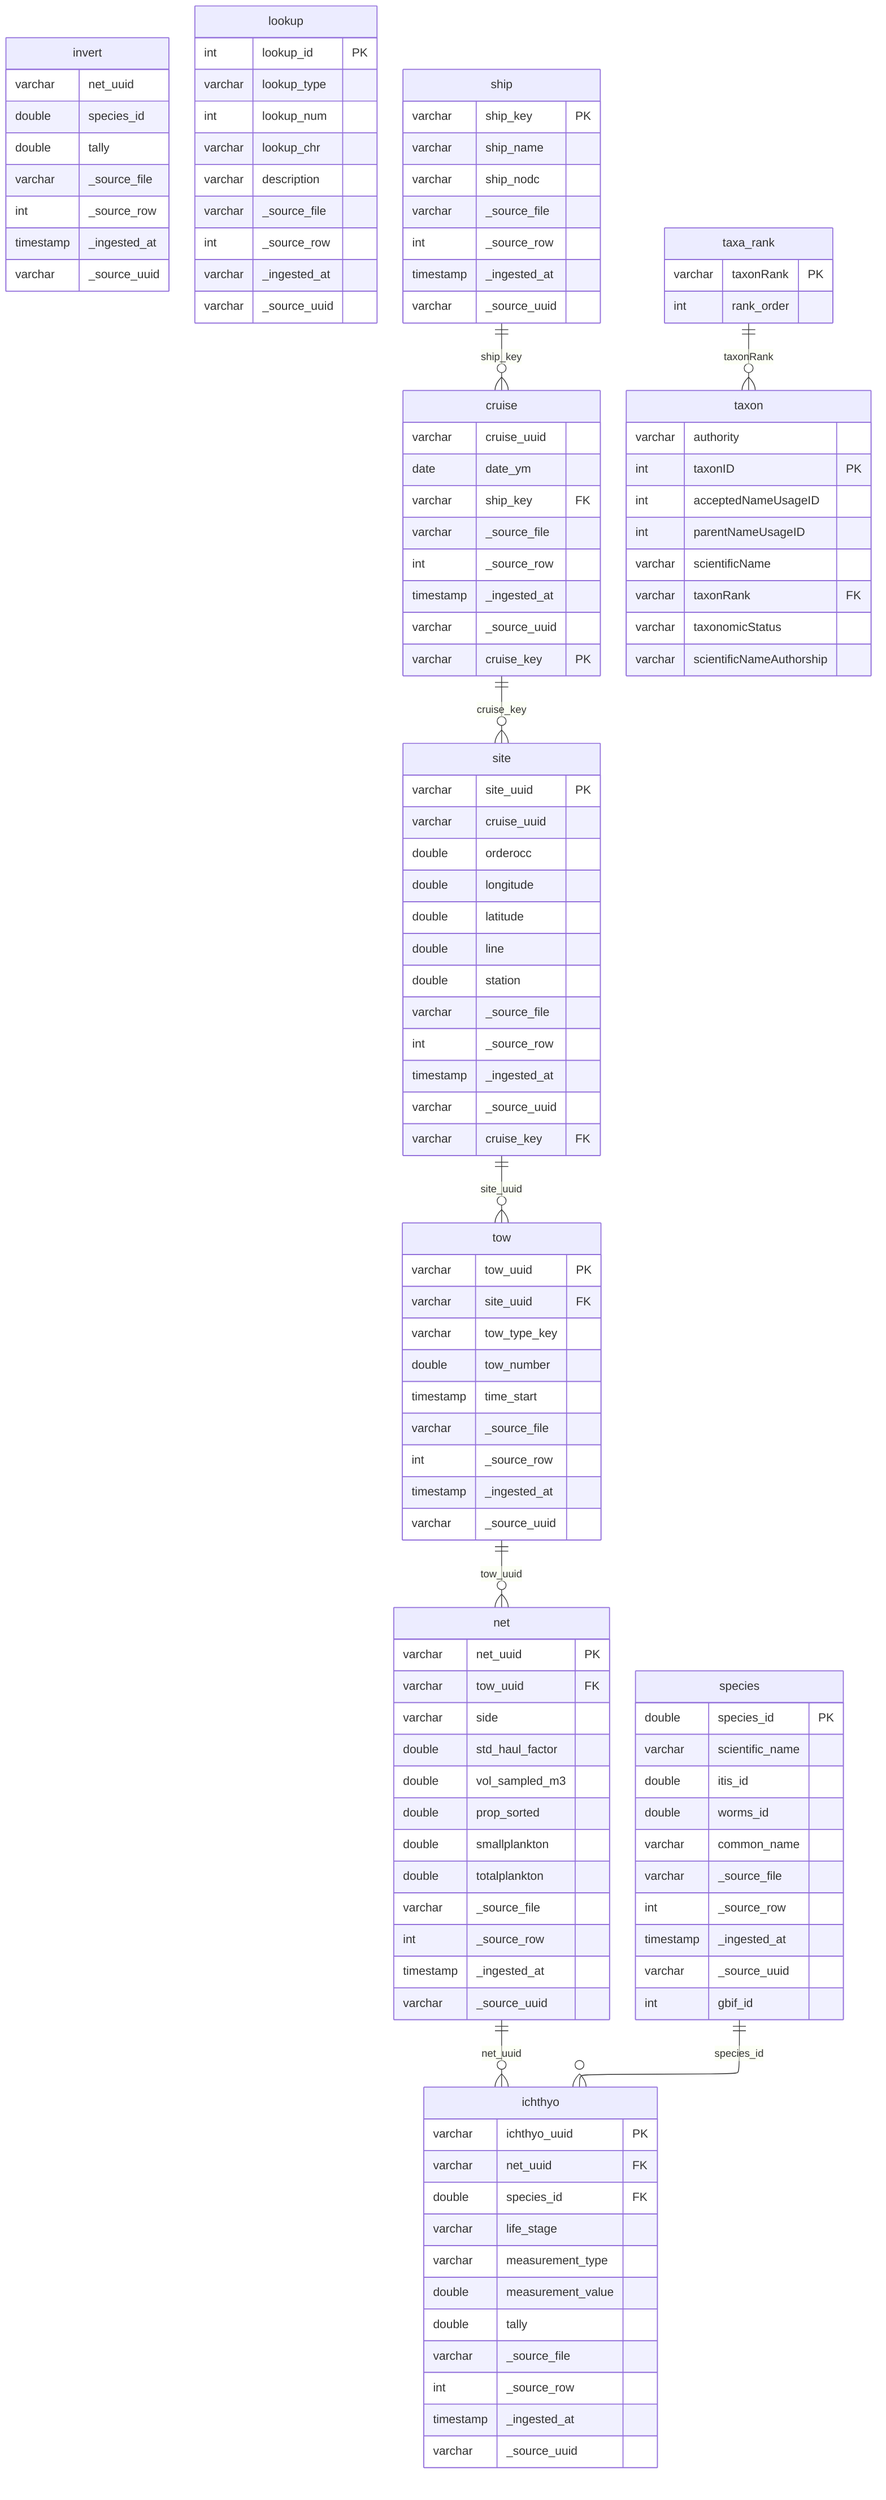
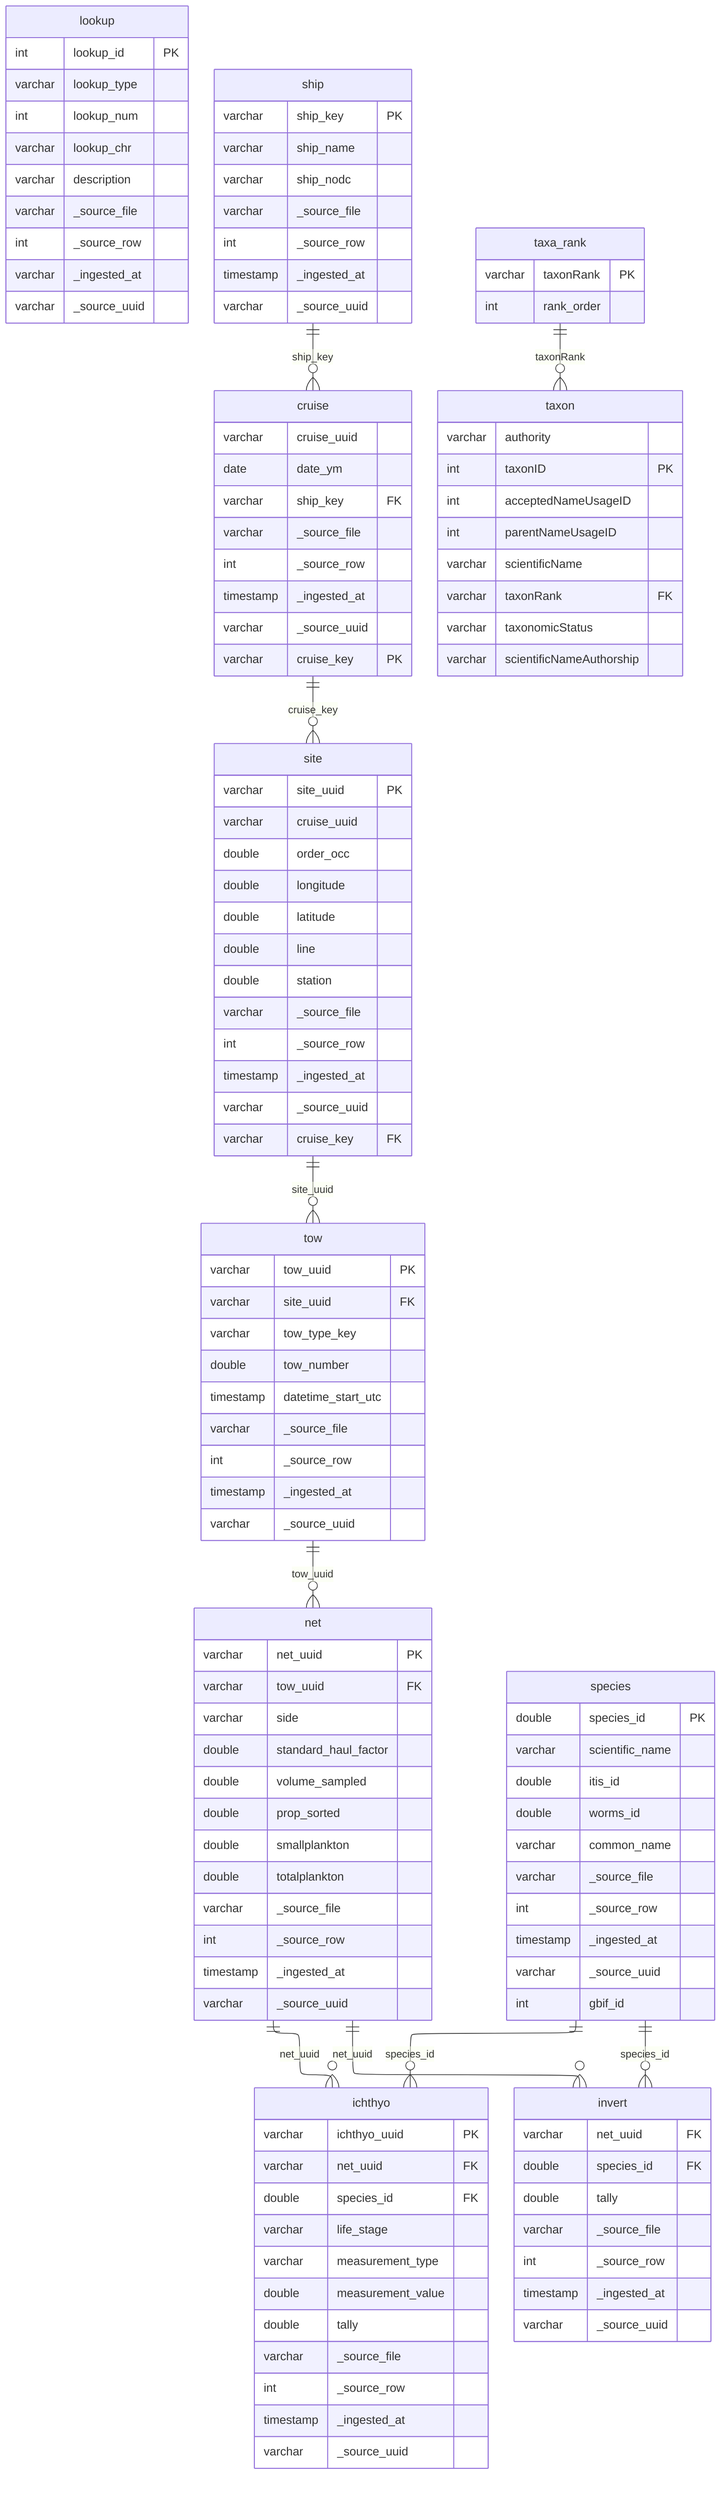
---
config:
  layout: elk
---
erDiagram
    cruise {
        varchar cruise_uuid
        date date_ym
        varchar ship_key FK
        varchar _source_file
        int _source_row
        timestamp _ingested_at
        varchar _source_uuid
        varchar cruise_key PK
    }
    ichthyo {
        varchar ichthyo_uuid PK
        varchar net_uuid FK
        double species_id FK
        varchar life_stage
        varchar measurement_type
        double measurement_value
        double tally
        varchar _source_file
        int _source_row
        timestamp _ingested_at
        varchar _source_uuid
    }
    invert {
-         varchar net_uuid
-         double species_id
+         varchar net_uuid FK
+         double species_id FK
        double tally
        varchar _source_file
        int _source_row
        timestamp _ingested_at
        varchar _source_uuid
    }
    lookup {
        int lookup_id PK
        varchar lookup_type
        int lookup_num
        varchar lookup_chr
        varchar description
        varchar _source_file
        int _source_row
        varchar _ingested_at
        varchar _source_uuid
    }
    net {
        varchar net_uuid PK
        varchar tow_uuid FK
        varchar side
-         double std_haul_factor
-         double vol_sampled_m3
+         double standard_haul_factor
+         double volume_sampled
        double prop_sorted
        double smallplankton
        double totalplankton
        varchar _source_file
        int _source_row
        timestamp _ingested_at
        varchar _source_uuid
    }
    ship {
        varchar ship_key PK
        varchar ship_name
        varchar ship_nodc
        varchar _source_file
        int _source_row
        timestamp _ingested_at
        varchar _source_uuid
    }
    site {
        varchar site_uuid PK
        varchar cruise_uuid
-         double orderocc
+         double order_occ
        double longitude
        double latitude
        double line
        double station
        varchar _source_file
        int _source_row
        timestamp _ingested_at
        varchar _source_uuid
        varchar cruise_key FK
    }
    species {
        double species_id PK
        varchar scientific_name
        double itis_id
        double worms_id
        varchar common_name
        varchar _source_file
        int _source_row
        timestamp _ingested_at
        varchar _source_uuid
        int gbif_id
    }
    taxa_rank {
        varchar taxonRank PK
        int rank_order
    }
    taxon {
        varchar authority
        int taxonID PK
        int acceptedNameUsageID
        int parentNameUsageID
        varchar scientificName
        varchar taxonRank FK
        varchar taxonomicStatus
        varchar scientificNameAuthorship
    }
    tow {
        varchar tow_uuid PK
        varchar site_uuid FK
        varchar tow_type_key
        double tow_number
-         timestamp time_start
+         timestamp datetime_start_utc
        varchar _source_file
        int _source_row
        timestamp _ingested_at
        varchar _source_uuid
    }
    net ||--o{ ichthyo : "net_uuid"
    species ||--o{ ichthyo : "species_id"
    tow ||--o{ net : "tow_uuid"
    site ||--o{ tow : "site_uuid"
    cruise ||--o{ site : "cruise_key"
    ship ||--o{ cruise : "ship_key"
    taxa_rank ||--o{ taxon : "taxonRank"
+     net ||--o{ invert : "net_uuid"
+     species ||--o{ invert : "species_id"
